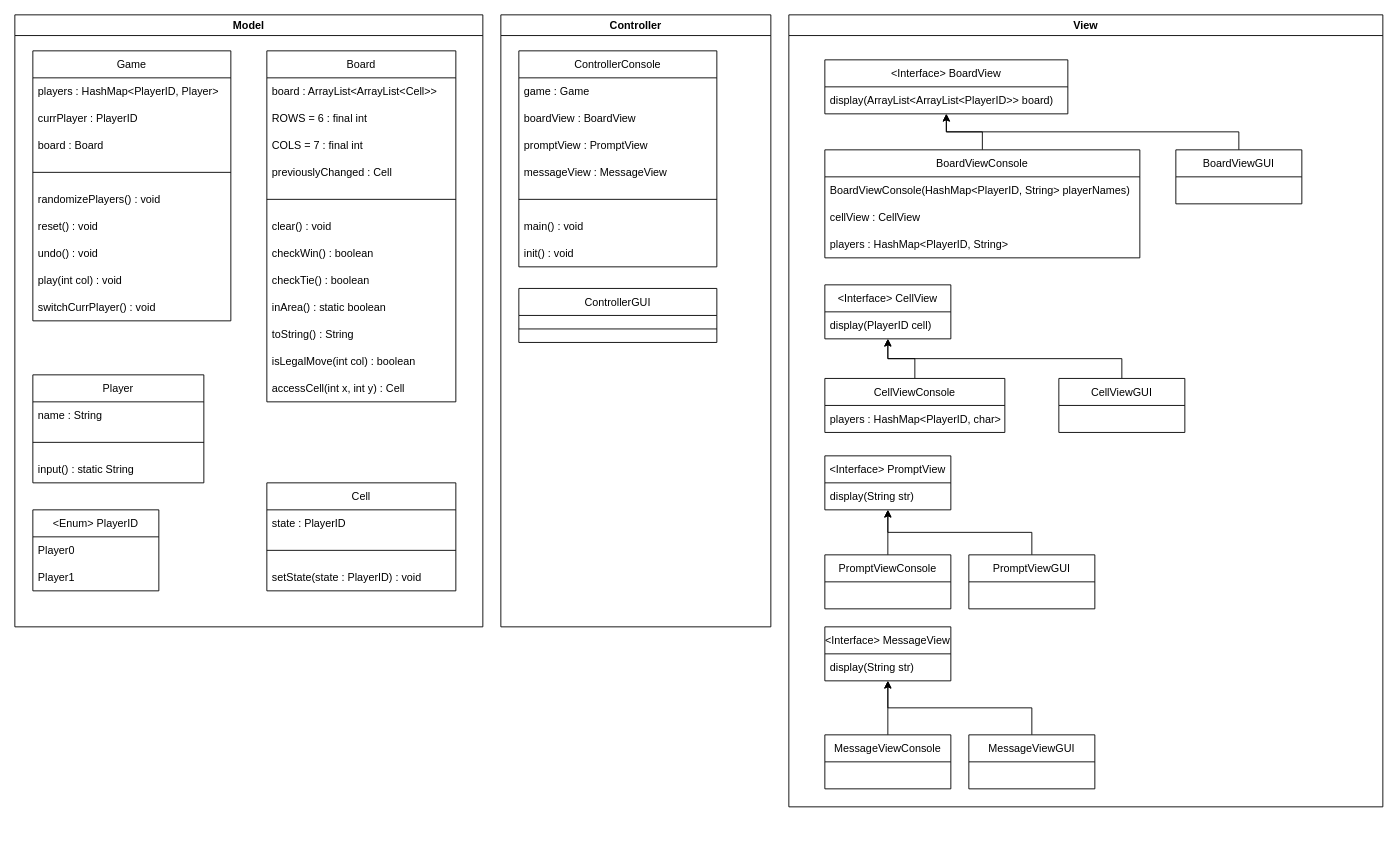
Earlier version of the draw.io diagram Documentation/viergewinnt.drawio (s-prechtl/sprechtl_jweissen_viergewinnt). Source tidied: cells renumbered, new cells numbered last; positions are measured from the earlier drawing's top-left corner, leaving out a move shared by most shapes. Both pictures are drawn from the tidied source at 90%, with x=0, y=0 at pixel (14, 14).
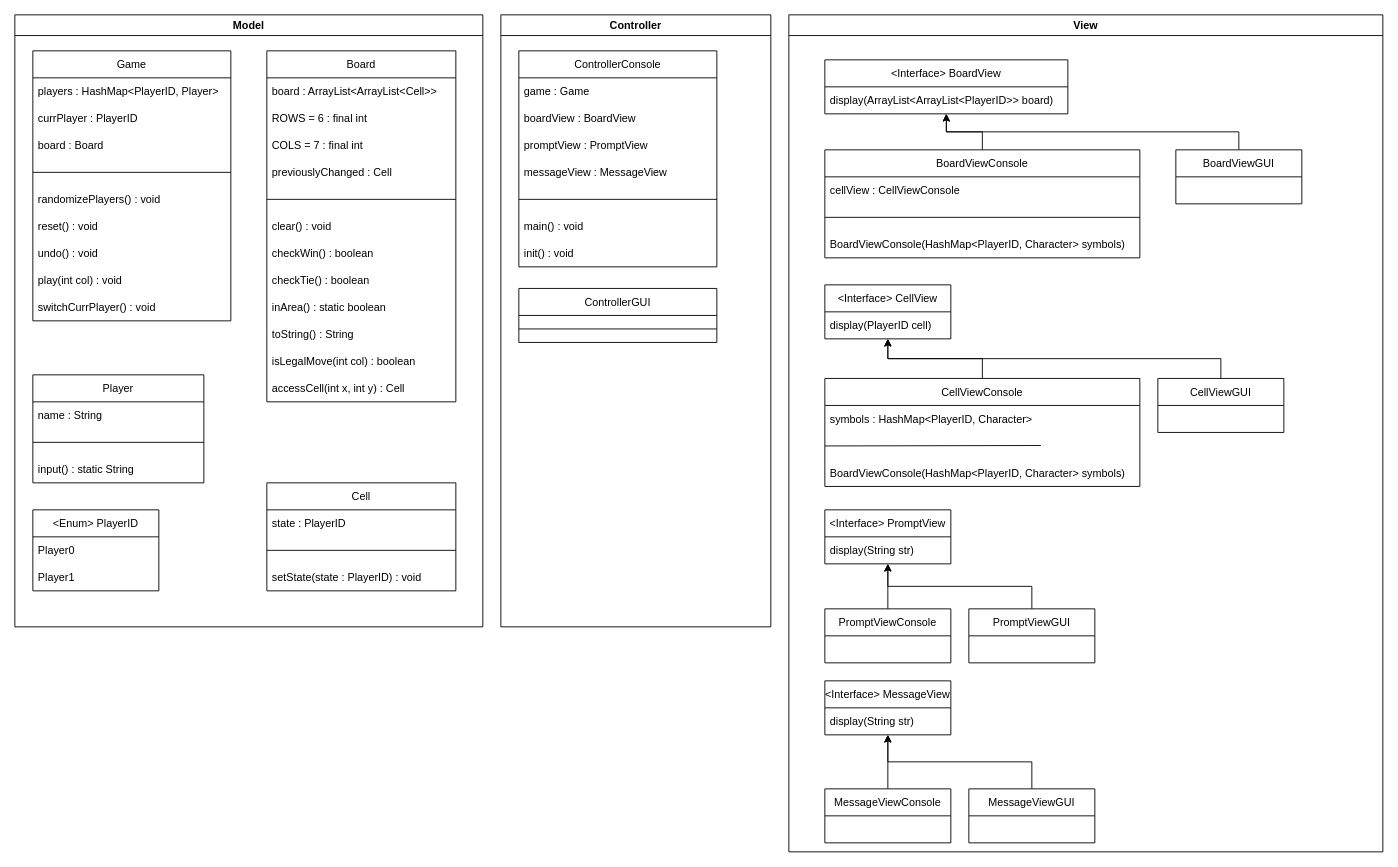
The same page after the edit.

Commit message:
Klassendiagramm abgeändert

The change refers to these unchanged cells:
```xml
<mxCell id="60" value="BoardViewConsole" style="swimlane;fontStyle=0;horizontal=1;startSize=30;" parent="54" vertex="1">
  <mxGeometry x="40" y="150" width="350" height="120" as="geometry" />
</mxCell>
```

What changed in the source:
```diff
@@
     <mxCell id="54" value="View" style="swimlane;" parent="1" vertex="1">
-      <mxGeometry x="860" width="660" height="880" as="geometry" />
+      <mxGeometry x="860" width="660" height="930" as="geometry" />
     </mxCell>
@@
+    <mxCell id="62" value="cellView : CellViewConsole" style="text;strokeColor=none;fillColor=none;align=left;verticalAlign=middle;spacingLeft=4;spacingRight=4;overflow=hidden;" parent="60" vertex="1">
+      <mxGeometry y="30" width="350" height="30" as="geometry" />
+    </mxCell>
+    <mxCell id="83" style="endArrow=none;html=1;rounded=0;exitX=0;exitY=0.5;exitDx=0;exitDy=0;entryX=1;entryY=0.5;entryDx=0;entryDy=0;" parent="60" edge="1" source="84" target="84">
+      <mxGeometry relative="1" as="geometry" />
+    </mxCell>
+    <mxCell id="84" value="   " style="text;strokeColor=none;fillColor=none;align=left;verticalAlign=middle;spacingLeft=4;spacingRight=4;overflow=hidden;points=[[0,0.5],[1,0.5]];portConstraint=eastwest;" parent="60" vertex="1">
+      <mxGeometry y="60" width="350" height="30" as="geometry" />
+    </mxCell>
-    <mxCell id="61" value="BoardViewConsole(HashMap&lt;PlayerID, String&gt; playerNames)" style="text;strokeColor=none;fillColor=none;align=left;verticalAlign=middle;spacingLeft=4;spacingRight=4;overflow=hidden;" parent="60" vertex="1">
-      <mxGeometry y="30" width="350" height="30" as="geometry" />
+    <mxCell id="61" value="BoardViewConsole(HashMap&lt;PlayerID, Character&gt; symbols)" style="text;strokeColor=none;fillColor=none;align=left;verticalAlign=middle;spacingLeft=4;spacingRight=4;overflow=hidden;" parent="60" vertex="1">
+      <mxGeometry y="90" width="350" height="30" as="geometry" />
     </mxCell>
-    <mxCell id="62" value="cellView : CellView" style="text;strokeColor=none;fillColor=none;align=left;verticalAlign=middle;spacingLeft=4;spacingRight=4;overflow=hidden;" parent="60" vertex="1">
-      <mxGeometry y="60" width="350" height="30" as="geometry" />
-    </mxCell>
-    <mxCell id="63" value="players : HashMap&lt;PlayerID, String&gt;" style="text;strokeColor=none;fillColor=none;align=left;verticalAlign=middle;spacingLeft=4;spacingRight=4;overflow=hidden;" parent="60" vertex="1">
-      <mxGeometry y="90" width="350" height="30" as="geometry" />
-    </mxCell>
@@
     <mxCell id="67" value="CellViewGUI" style="swimlane;fontStyle=0;horizontal=1;startSize=30;" parent="54" vertex="1">
-      <mxGeometry x="300" y="404" width="140" height="60" as="geometry" />
+      <mxGeometry x="410" y="404" width="140" height="60" as="geometry" />
     </mxCell>
@@
     <mxCell id="69" value="CellViewConsole" style="swimlane;fontStyle=0;horizontal=1;startSize=30;" parent="54" vertex="1">
-      <mxGeometry x="40" y="404" width="200" height="60" as="geometry" />
+      <mxGeometry x="40" y="404" width="350" height="120" as="geometry" />
     </mxCell>
-    <mxCell id="70" value="players : HashMap&lt;PlayerID, char&gt;" style="text;strokeColor=none;fillColor=none;align=left;verticalAlign=middle;spacingLeft=4;spacingRight=4;overflow=hidden;" parent="69" vertex="1">
-      <mxGeometry y="30" width="200" height="30" as="geometry" />
+    <mxCell id="70" value="symbols : HashMap&lt;PlayerID, Character&gt;" style="text;strokeColor=none;fillColor=none;align=left;verticalAlign=middle;spacingLeft=4;spacingRight=4;overflow=hidden;" parent="69" vertex="1">
+      <mxGeometry y="30" width="350" height="30" as="geometry" />
     </mxCell>
+    <mxCell id="85" style="endArrow=none;html=1;rounded=0;exitX=0;exitY=0.5;exitDx=0;exitDy=0;entryX=1;entryY=0.5;entryDx=0;entryDy=0;" parent="69" edge="1" source="86">
+      <mxGeometry relative="1" as="geometry">
+        <mxPoint x="240" y="74.5" as="targetPoint" />
+      </mxGeometry>
+    </mxCell>
+    <mxCell id="86" value="   " style="text;strokeColor=none;fillColor=none;align=left;verticalAlign=middle;spacingLeft=4;spacingRight=4;overflow=hidden;points=[[0,0.5],[1,0.5]];portConstraint=eastwest;" parent="69" vertex="1">
+      <mxGeometry y="60" width="350" height="30" as="geometry" />
+    </mxCell>
+    <mxCell id="87" value="BoardViewConsole(HashMap&lt;PlayerID, Character&gt; symbols)" style="text;strokeColor=none;fillColor=none;align=left;verticalAlign=middle;spacingLeft=4;spacingRight=4;overflow=hidden;" parent="69" vertex="1">
+      <mxGeometry y="90" width="350" height="30" as="geometry" />
+    </mxCell>
     <mxCell id="71" value="&lt;Interface&gt; PromptView" style="swimlane;fontStyle=0;horizontal=1;startSize=30;" parent="54" vertex="1">
-      <mxGeometry x="40" y="490" width="140" height="60" as="geometry" />
+      <mxGeometry x="40" y="550" width="140" height="60" as="geometry" />
     </mxCell>
@@
     <mxCell id="74" value="PromptViewGUI" style="swimlane;fontStyle=0;horizontal=1;startSize=30;" parent="54" vertex="1">
-      <mxGeometry x="200" y="600" width="140" height="60" as="geometry" />
+      <mxGeometry x="200" y="660" width="140" height="60" as="geometry" />
     </mxCell>
@@
     <mxCell id="76" value="PromptViewConsole" style="swimlane;fontStyle=0;horizontal=1;startSize=30;" parent="54" vertex="1">
-      <mxGeometry x="40" y="600" width="140" height="60" as="geometry" />
+      <mxGeometry x="40" y="660" width="140" height="60" as="geometry" />
     </mxCell>
     <mxCell id="77" value="&lt;Interface&gt; MessageView" style="swimlane;fontStyle=0;horizontal=1;startSize=30;" parent="54" vertex="1">
-      <mxGeometry x="40" y="680" width="140" height="60" as="geometry" />
+      <mxGeometry x="40" y="740" width="140" height="60" as="geometry" />
     </mxCell>
@@
     <mxCell id="80" value="MessageViewGUI" style="swimlane;fontStyle=0;horizontal=1;startSize=30;" parent="54" vertex="1">
-      <mxGeometry x="200" y="800" width="140" height="60" as="geometry" />
+      <mxGeometry x="200" y="860" width="140" height="60" as="geometry" />
     </mxCell>
@@
     <mxCell id="82" value="MessageViewConsole" style="swimlane;fontStyle=0;horizontal=1;startSize=30;" parent="54" vertex="1">
-      <mxGeometry x="40" y="800" width="140" height="60" as="geometry" />
+      <mxGeometry x="40" y="860" width="140" height="60" as="geometry" />
     </mxCell>
```
